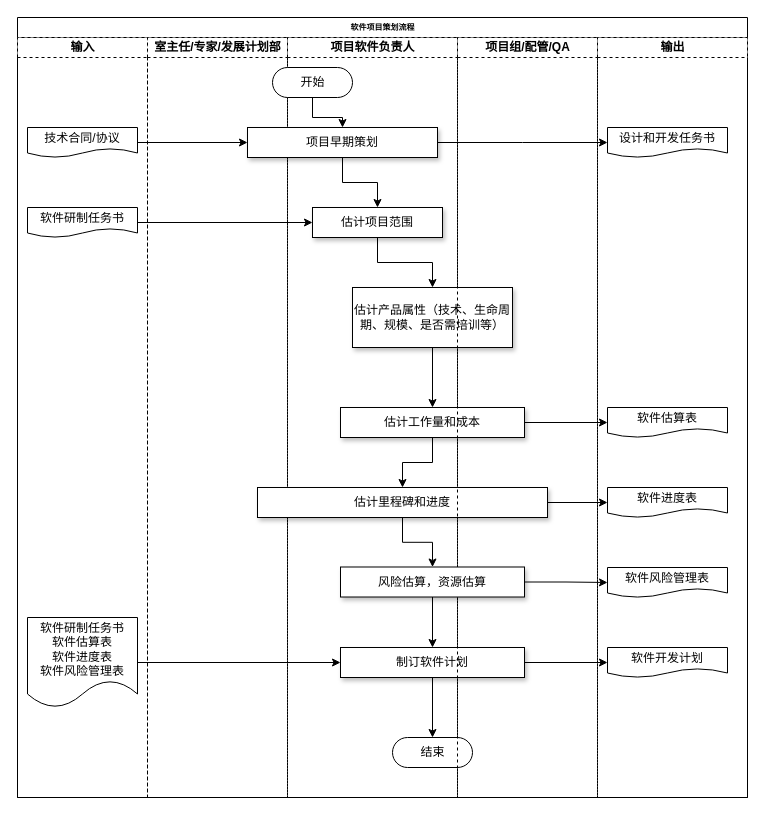
Earlier version of the draw.io diagram 国军标5000A-文审-项目策划过程域2.drawio (ColonelDarcy2018/excelsior). Source tidied: cells renumbered, new cells numbered last; positions are measured from the earlier drawing's top-left corner, leaving out a move shared by most shapes. Both pictures are drawn from the tidied source at 100%, with x=0, y=0 at pixel (17, 17).
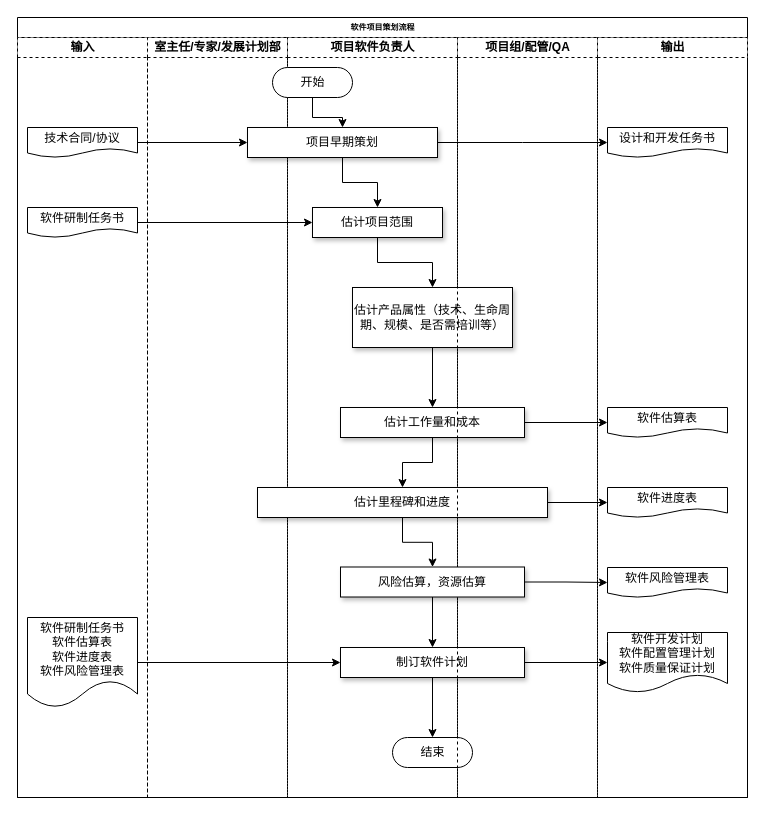
After the change.

Commit message:
Update 国军标5000A-文审-项目策划过程域2.drawio

Unchanged cells that the change refers to:
```xml
<mxCell id="26" value="输出" style="swimlane;html=1;startSize=20;dashed=1;" parent="2" vertex="1">
  <mxGeometry x="580" y="20" width="150" height="760" as="geometry" />
</mxCell>
```

Diff of the diagram source:
```diff
@@
-    <mxCell id="30" value="软件开发计划" style="shape=document;whiteSpace=wrap;html=1;boundedLbl=1;fontSize=12;" parent="26" vertex="1">
-      <mxGeometry x="10" y="610" width="120" height="30" as="geometry" />
+    <mxCell id="30" value="软件开发计划&lt;br&gt;软件配置管理计划&lt;br&gt;软件质量保证计划" style="shape=document;whiteSpace=wrap;html=1;boundedLbl=1;fontSize=12;" parent="26" vertex="1">
+      <mxGeometry x="10" y="595" width="120" height="60" as="geometry" />
     </mxCell>
```
